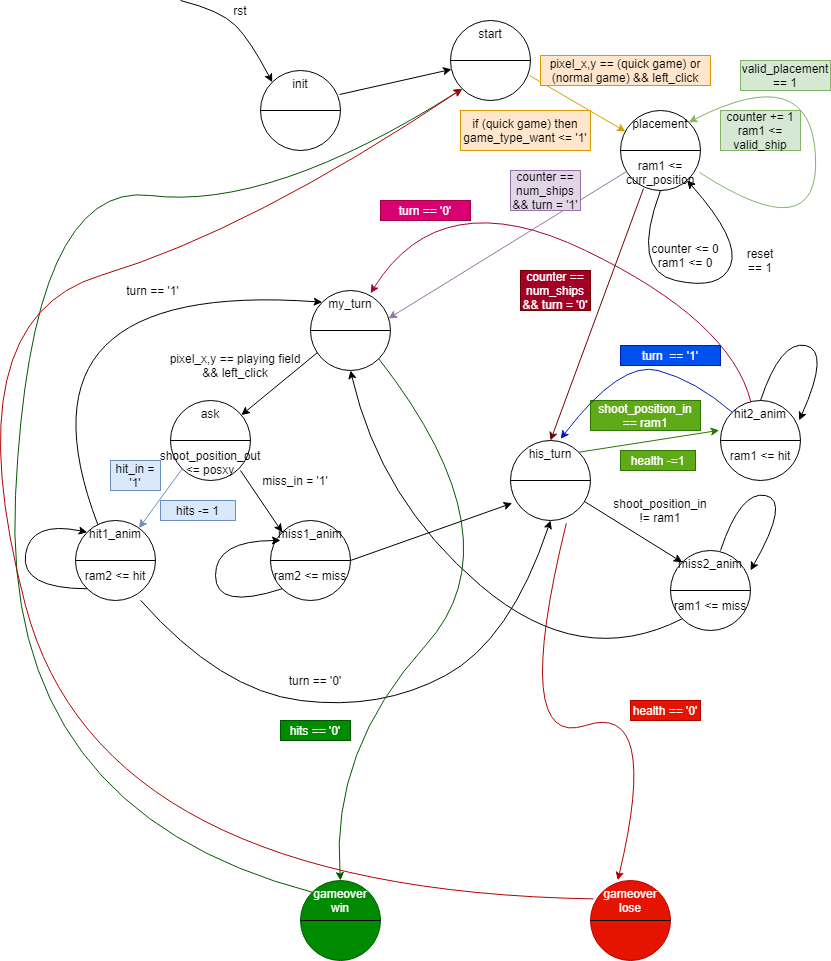
Above: diagrams/game_logic_diagram.png in MarosMacko/MikroLode (draw.io), before the change. Source tidied: cells renumbered, new cells last; positions are measured from the earlier drawing's top-left corner, leaving out a move shared by most shapes.
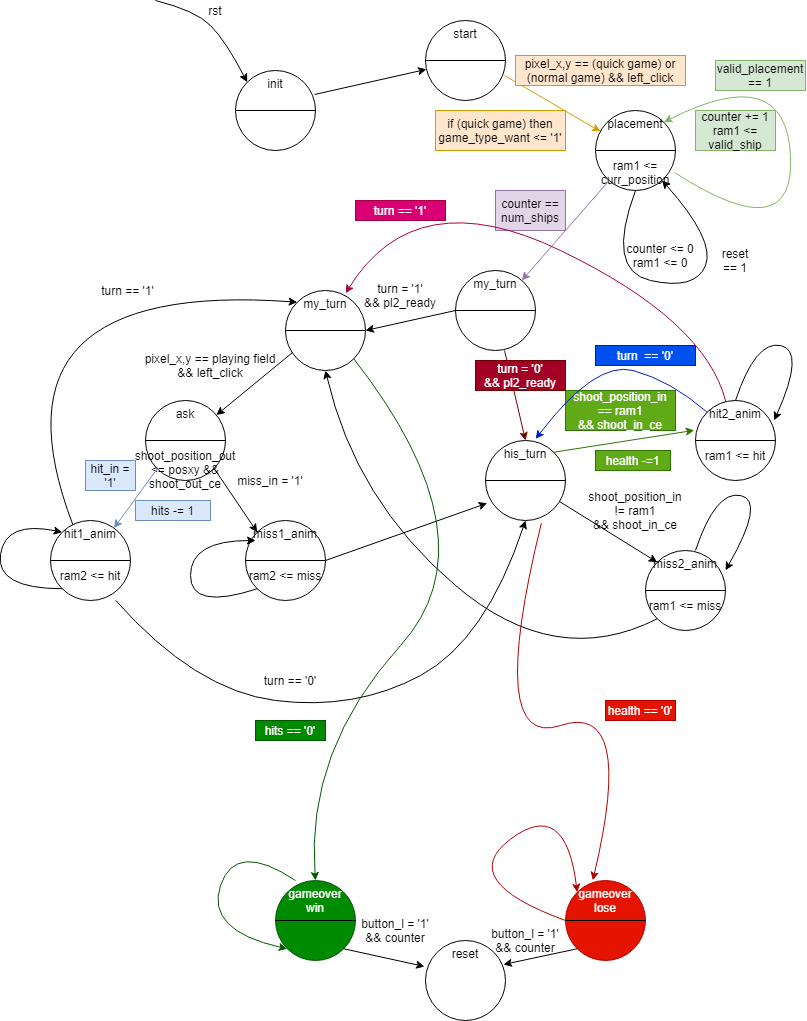
After the change.

The edit, as a diff of the source:
```diff
@@ -44,7 +44,7 @@
     <mxCell id="13" value="if&amp;nbsp;(quick game) then&lt;br&gt;game_type_want &amp;lt;= '1'" style="text;html=1;strokeColor=#d79b00;fillColor=#ffe6cc;align=center;verticalAlign=middle;whiteSpace=wrap;rounded=0;" parent="1" vertex="1">
       <mxGeometry x="510" y="110" width="130" height="40" as="geometry" />
     </mxCell>
-    <mxCell id="14" style="endArrow=classic;html=1;entryX=0.975;entryY=0.35;entryDx=0;entryDy=0;fillColor=#e1d5e7;strokeColor=#9673a6;entryPerimeter=0;" parent="1" edge="1" source="9" target="19">
+    <mxCell id="14" style="endArrow=classic;html=1;fillColor=#e1d5e7;strokeColor=#9673a6;" parent="1" edge="1" source="9" target="79">
       <mxGeometry relative="1" as="geometry" />
     </mxCell>
     <mxCell id="15" style="curved=1;endArrow=classic;html=1;entryX=1;entryY=0;entryDx=0;entryDy=0;fillColor=#d5e8d4;strokeColor=#82b366;" parent="1" edge="1" target="9">
@@ -62,8 +62,8 @@
     <mxCell id="17" value="counter += 1&lt;br&gt;ram1 &amp;lt;= valid_ship" style="text;html=1;strokeColor=#82b366;fillColor=#d5e8d4;align=center;verticalAlign=middle;whiteSpace=wrap;rounded=0;" parent="1" vertex="1">
       <mxGeometry x="770" y="110" width="80" height="40" as="geometry" />
     </mxCell>
-    <mxCell id="18" value="counter == num_ships&lt;br&gt;&amp;amp;&amp;amp; turn = '1'" style="text;html=1;strokeColor=#9673a6;fillColor=#e1d5e7;align=center;verticalAlign=middle;whiteSpace=wrap;rounded=0;" parent="1" vertex="1">
-      <mxGeometry x="560" y="170" width="70" height="40" as="geometry" />
+    <mxCell id="18" value="counter == num_ships" style="text;html=1;strokeColor=#9673a6;fillColor=#e1d5e7;align=center;verticalAlign=middle;whiteSpace=wrap;rounded=0;" parent="1" vertex="1">
+      <mxGeometry x="570" y="190" width="70" height="40" as="geometry" />
     </mxCell>
     <mxCell id="19" value="my_turn" style="ellipse;whiteSpace=wrap;html=1;verticalAlign=top;horizontal=1;" parent="1" vertex="1">
       <mxGeometry x="360" y="290" width="80" height="80" as="geometry" />
@@ -80,7 +80,7 @@
     <mxCell id="23" style="endArrow=none;html=1;entryX=1;entryY=0.5;entryDx=0;entryDy=0;exitX=0;exitY=0.5;exitDx=0;exitDy=0;" parent="1" edge="1" source="22" target="22">
       <mxGeometry relative="1" as="geometry" />
     </mxCell>
-    <mxCell id="24" style="endArrow=classic;html=1;entryX=0.5;entryY=0;entryDx=0;entryDy=0;fillColor=#a20025;strokeColor=#6F0000;exitX=0.288;exitY=0.975;exitDx=0;exitDy=0;exitPerimeter=0;" parent="1" edge="1" source="9" target="22">
+    <mxCell id="24" style="endArrow=classic;html=1;entryX=0.5;entryY=0;entryDx=0;entryDy=0;fillColor=#a20025;strokeColor=#6F0000;exitX=0.613;exitY=1;exitDx=0;exitDy=0;exitPerimeter=0;" parent="1" edge="1" source="79" target="22">
       <mxGeometry relative="1" as="geometry" />
     </mxCell>
     <mxCell id="25" style="endArrow=classic;html=1;exitX=0.088;exitY=0.775;exitDx=0;exitDy=0;exitPerimeter=0;" parent="1" edge="1" source="19" target="30">
@@ -104,7 +104,7 @@
     <mxCell id="29" value="counter &amp;lt;= 0&lt;br&gt;ram1 &amp;lt;= 0" style="text;html=1;strokeColor=none;fillColor=none;align=center;verticalAlign=middle;whiteSpace=wrap;rounded=0;" parent="1" vertex="1">
       <mxGeometry x="700" y="240" width="70" height="30" as="geometry" />
     </mxCell>
-    <mxCell id="30" value="ask&lt;br&gt;&lt;br&gt;&lt;br&gt;shoot_position_out &amp;lt;= posxy" style="ellipse;whiteSpace=wrap;html=1;verticalAlign=top;horizontal=1;" parent="1" vertex="1">
+    <mxCell id="30" value="ask&lt;br&gt;&lt;br&gt;&lt;br&gt;shoot_position_out &amp;lt;= posxy &amp;amp;&amp;amp; shoot_out_ce" style="ellipse;whiteSpace=wrap;html=1;verticalAlign=top;horizontal=1;" parent="1" vertex="1">
       <mxGeometry x="220" y="400" width="80" height="80" as="geometry" />
     </mxCell>
     <mxCell id="31" style="endArrow=none;html=1;entryX=1;entryY=0.5;entryDx=0;entryDy=0;exitX=0;exitY=0.5;exitDx=0;exitDy=0;" parent="1" edge="1" source="30" target="30">
@@ -187,8 +187,8 @@
     <mxCell id="49" style="endArrow=none;html=1;entryX=1;entryY=0.5;entryDx=0;entryDy=0;exitX=0;exitY=0.5;exitDx=0;exitDy=0;" parent="1" edge="1" source="48" target="48">
       <mxGeometry relative="1" as="geometry" />
     </mxCell>
-    <mxCell id="50" value="shoot_position_in == ram1" style="text;html=1;strokeColor=#2D7600;fillColor=#60a917;align=center;verticalAlign=middle;whiteSpace=wrap;rounded=0;fontColor=#ffffff;" parent="1" vertex="1">
-      <mxGeometry x="640" y="400" width="110" height="30" as="geometry" />
+    <mxCell id="50" value="shoot_position_in == ram1&lt;br&gt;&amp;amp;&amp;amp; shoot_in_ce" style="text;html=1;strokeColor=#2D7600;fillColor=#60a917;align=center;verticalAlign=middle;whiteSpace=wrap;rounded=0;fontColor=#ffffff;" parent="1" vertex="1">
+      <mxGeometry x="640" y="390" width="110" height="40" as="geometry" />
     </mxCell>
     <mxCell id="51" style="curved=1;endArrow=classic;html=1;exitX=0.5;exitY=0;exitDx=0;exitDy=0;entryX=0.984;entryY=0.248;entryDx=0;entryDy=0;entryPerimeter=0;" parent="1" edge="1" source="48" target="48">
       <mxGeometry relative="1" as="geometry">
@@ -204,7 +204,7 @@
     <mxCell id="53" style="endArrow=none;html=1;entryX=1;entryY=0.5;entryDx=0;entryDy=0;exitX=0;exitY=0.5;exitDx=0;exitDy=0;" parent="1" edge="1" source="52" target="52">
       <mxGeometry relative="1" as="geometry" />
     </mxCell>
-    <mxCell id="54" value="shoot_position_in&lt;br&gt;!= ram1" style="text;html=1;strokeColor=none;fillColor=none;align=center;verticalAlign=middle;whiteSpace=wrap;rounded=0;" parent="1" vertex="1">
+    <mxCell id="54" value="shoot_position_in&lt;br&gt;!= ram1&lt;br&gt;&amp;amp;&amp;amp; shoot_in_ce" style="text;html=1;strokeColor=none;fillColor=none;align=center;verticalAlign=middle;whiteSpace=wrap;rounded=0;" parent="1" vertex="1">
       <mxGeometry x="660" y="480" width="100" height="60" as="geometry" />
     </mxCell>
     <mxCell id="55" style="curved=1;endArrow=classic;html=1;entryX=1;entryY=0.248;entryDx=0;entryDy=0;entryPerimeter=0;" parent="1" edge="1" target="52">
@@ -230,7 +230,7 @@
         </Array>
       </mxGeometry>
     </mxCell>
-    <mxCell id="59" value="turn&amp;nbsp; == '1'" style="text;html=1;strokeColor=#001DBC;fillColor=#0050ef;align=center;verticalAlign=middle;whiteSpace=wrap;rounded=0;fontColor=#ffffff;" parent="1" vertex="1">
+    <mxCell id="59" value="turn&amp;nbsp; == '0'" style="text;html=1;strokeColor=#001DBC;fillColor=#0050ef;align=center;verticalAlign=middle;whiteSpace=wrap;rounded=0;fontColor=#ffffff;" parent="1" vertex="1">
       <mxGeometry x="670" y="345" width="100" height="20" as="geometry" />
     </mxCell>
     <mxCell id="60" style="curved=1;endArrow=classic;html=1;entryX=0.752;entryY=0.034;entryDx=0;entryDy=0;entryPerimeter=0;fillColor=#d80073;strokeColor=#A50040;" parent="1" edge="1" source="48" target="19">
@@ -241,7 +241,7 @@
         </Array>
       </mxGeometry>
     </mxCell>
-    <mxCell id="61" value="turn == '0'" style="text;html=1;strokeColor=#A50040;fillColor=#d80073;align=center;verticalAlign=middle;whiteSpace=wrap;rounded=0;fontColor=#ffffff;" parent="1" vertex="1">
+    <mxCell id="61" value="turn == '1'" style="text;html=1;strokeColor=#A50040;fillColor=#d80073;align=center;verticalAlign=middle;whiteSpace=wrap;rounded=0;fontColor=#ffffff;" parent="1" vertex="1">
       <mxGeometry x="430" y="200" width="90" height="20" as="geometry" />
     </mxCell>
     <mxCell id="62" style="curved=1;endArrow=classic;html=1;exitX=0;exitY=1;exitDx=0;exitDy=0;entryX=0.5;entryY=1;entryDx=0;entryDy=0;" parent="1" edge="1" source="52" target="19">
@@ -286,26 +286,51 @@
     <mxCell id="70" value="health == '0'" style="text;html=1;strokeColor=#B20000;fillColor=#e51400;align=center;verticalAlign=middle;whiteSpace=wrap;rounded=0;fontColor=#ffffff;" parent="1" vertex="1">
       <mxGeometry x="680" y="700" width="70" height="20" as="geometry" />
     </mxCell>
-    <mxCell id="71" style="curved=1;endArrow=classic;html=1;exitX=0;exitY=0;exitDx=0;exitDy=0;entryX=0;entryY=1;entryDx=0;entryDy=0;fillColor=#008a00;strokeColor=#005700;" parent="1" edge="1" source="63" target="7">
-      <mxGeometry relative="1" as="geometry">
-        <Array as="points">
-          <mxPoint x="50" y="810" />
-          <mxPoint x="80" y="180" />
-          <mxPoint x="320" y="210" />
-        </Array>
-      </mxGeometry>
-    </mxCell>
-    <mxCell id="72" style="curved=1;endArrow=classic;html=1;exitX=0.038;exitY=0.23;exitDx=0;exitDy=0;exitPerimeter=0;entryX=0;entryY=1;entryDx=0;entryDy=0;fillColor=#e51400;strokeColor=#B20000;" parent="1" edge="1" source="65" target="7">
-      <mxGeometry relative="1" as="geometry">
-        <Array as="points">
-          <mxPoint x="150" y="890" />
-          <mxPoint y="320" />
-          <mxPoint x="300" y="230" />
-        </Array>
-      </mxGeometry>
-    </mxCell>
-    <mxCell id="73" value="counter == num_ships&lt;br&gt;&amp;amp;&amp;amp; turn = '0'" style="text;html=1;strokeColor=#6F0000;fillColor=#a20025;align=center;verticalAlign=middle;whiteSpace=wrap;rounded=0;fontColor=#ffffff;" parent="1" vertex="1">
-      <mxGeometry x="570" y="270" width="70" height="40" as="geometry" />
-    </mxCell>
+    <mxCell id="74" style="curved=1;endArrow=classic;html=1;exitX=0;exitY=0.5;exitDx=0;exitDy=0;entryX=0;entryY=0;entryDx=0;entryDy=0;fillColor=#e51400;strokeColor=#B20000;" parent="1" edge="1" source="65" target="65">
+      <mxGeometry relative="1" as="geometry">
+        <Array as="points">
+          <mxPoint x="530" y="880" />
+          <mxPoint x="640" y="797.3" />
+        </Array>
+      </mxGeometry>
+    </mxCell>
+    <mxCell id="75" style="curved=1;endArrow=classic;html=1;exitX=0.25;exitY=0;exitDx=0;exitDy=0;entryX=0;entryY=1;entryDx=0;entryDy=0;fillColor=#008a00;strokeColor=#005700;exitPerimeter=0;" parent="1" edge="1" source="63" target="63">
+      <mxGeometry relative="1" as="geometry">
+        <Array as="points">
+          <mxPoint x="310" y="840" />
+          <mxPoint x="280" y="930" />
+        </Array>
+      </mxGeometry>
+    </mxCell>
+    <mxCell id="76" value="reset&lt;br&gt;" style="ellipse;whiteSpace=wrap;html=1;verticalAlign=top;horizontal=1;" parent="1" vertex="1">
+      <mxGeometry x="500" y="940" width="80" height="80" as="geometry" />
+    </mxCell>
+    <mxCell id="77" style="endArrow=classic;html=1;entryX=0.975;entryY=0.3;entryDx=0;entryDy=0;entryPerimeter=0;exitX=0;exitY=1;exitDx=0;exitDy=0;" parent="1" edge="1" source="65" target="76">
+      <mxGeometry relative="1" as="geometry" />
+    </mxCell>
+    <mxCell id="78" style="endArrow=classic;html=1;entryX=-0.012;entryY=0.325;entryDx=0;entryDy=0;exitX=1;exitY=1;exitDx=0;exitDy=0;entryPerimeter=0;" parent="1" edge="1" source="63" target="76">
+      <mxGeometry relative="1" as="geometry" />
+    </mxCell>
+    <mxCell id="79" value="my_turn" style="ellipse;whiteSpace=wrap;html=1;verticalAlign=top;horizontal=1;" parent="1" vertex="1">
+      <mxGeometry x="530" y="270" width="80" height="80" as="geometry" />
+    </mxCell>
+    <mxCell id="80" style="endArrow=none;html=1;entryX=1;entryY=0.5;entryDx=0;entryDy=0;exitX=0;exitY=0.5;exitDx=0;exitDy=0;" parent="1" edge="1" source="79" target="79">
+      <mxGeometry relative="1" as="geometry" />
+    </mxCell>
+    <mxCell id="81" style="endArrow=classic;html=1;exitX=0;exitY=0.5;exitDx=0;exitDy=0;entryX=1;entryY=0.5;entryDx=0;entryDy=0;" parent="1" edge="1" source="79" target="19">
+      <mxGeometry relative="1" as="geometry" />
+    </mxCell>
+    <mxCell id="82" value="turn = '0'&lt;br&gt;&amp;amp;&amp;amp; pl2_ready" style="text;html=1;strokeColor=#6F0000;fillColor=#a20025;align=center;verticalAlign=middle;whiteSpace=wrap;rounded=0;fontColor=#ffffff;" parent="1" vertex="1">
+      <mxGeometry x="550" y="360" width="90" height="30" as="geometry" />
+    </mxCell>
+    <mxCell id="83" value="turn = '1'&lt;br&gt;&amp;amp;&amp;amp; pl2_ready" style="text;html=1;strokeColor=none;fillColor=none;align=center;verticalAlign=middle;whiteSpace=wrap;rounded=0;" parent="1" vertex="1">
+      <mxGeometry x="430" y="280" width="90" height="30" as="geometry" />
+    </mxCell>
+    <mxCell id="84" value="button_l = '1'&lt;br&gt;&amp;amp;&amp;amp; counter" style="text;html=1;strokeColor=none;fillColor=none;align=center;verticalAlign=middle;whiteSpace=wrap;rounded=0;" parent="1" vertex="1">
+      <mxGeometry x="430" y="920" width="80" height="20" as="geometry" />
+    </mxCell>
+    <mxCell id="85" value="button_l = '1'&lt;br&gt;&amp;amp;&amp;amp; counter" style="text;html=1;strokeColor=none;fillColor=none;align=center;verticalAlign=middle;whiteSpace=wrap;rounded=0;" parent="1" vertex="1">
+      <mxGeometry x="560" y="930" width="80" height="20" as="geometry" />
+    </mxCell>
   </root>
 </mxGraphModel>
```
